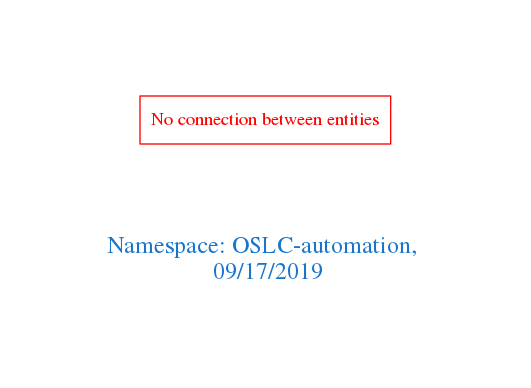
Above: downloads/OSLC-automation.png in arago/OGIT (Graphviz), before the change. Its source is kept beside it as downloads/OSLC-automation.dot.
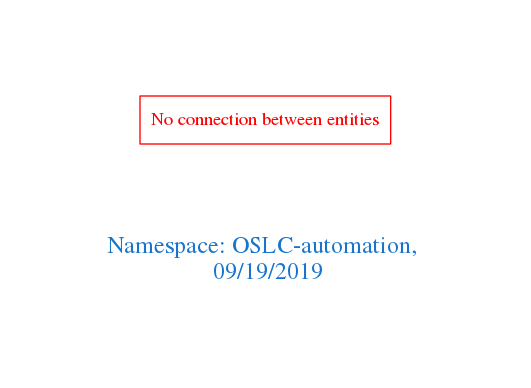
Later version of the same file.

What changed in the source:
```diff
@@ -1,7 +1,7 @@
 digraph OGIT_ontology {
  graph [ rankdir= LR,pad=1
 fontsize = 18,
-fontcolor= dodgerblue3,label = "\n\n\nNamespace: OSLC-automation, \n 09/17/2019"];
+fontcolor= dodgerblue3,label = "\n\n\nNamespace: OSLC-automation, \n 09/19/2019"];
 node[shape=polygon];
 edge [  color="gray81"];
 
```
